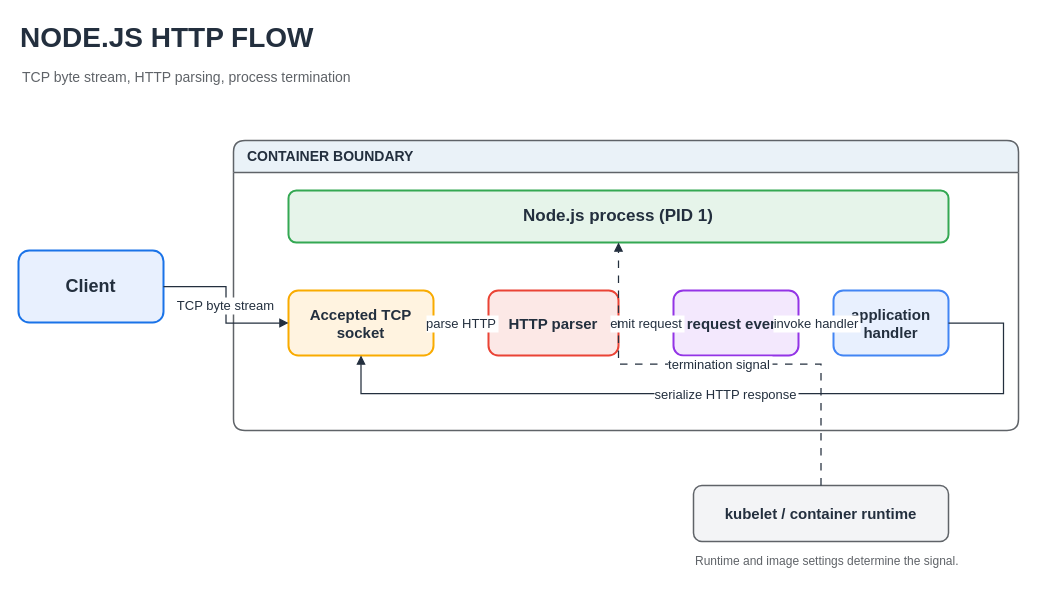
Above: assets/img/nodejs/node-http-request-lifecycle-flow.drawio in KKamJi98/kkamji98.github.io (draw.io), before the change. Source tidied: cells renumbered, new cells numbered last; positions are measured from the earlier drawing's top-left corner, leaving out a move shared by most shapes. Both pictures are drawn from the tidied source at 100%, with x=0, y=0 at pixel (18, 17).
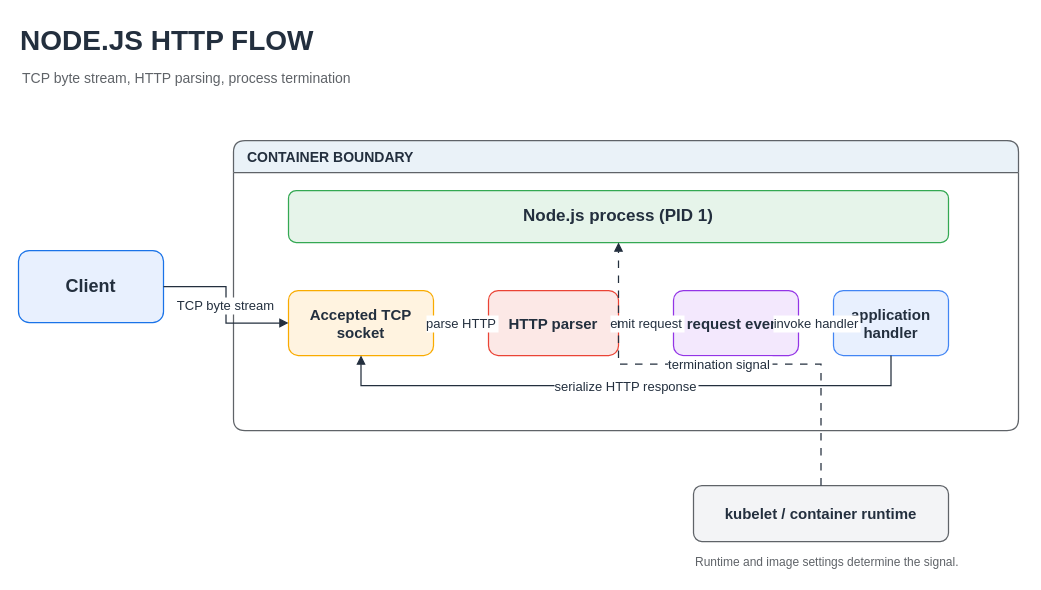
Above is the later version.

What changed in the source:
```diff
@@
-    <mxCell id="2" value="NODE.JS HTTP FLOW" style="text;html=1;strokeColor=none;fillColor=none;align=left;verticalAlign=middle;fontSize=28;fontStyle=1;fontColor=#232F3E;" parent="1" vertex="1">
+    <mxCell id="2" value="NODE.JS HTTP FLOW" style="text;html=0;strokeColor=none;fillColor=none;align=left;verticalAlign=middle;fontSize=28;fontStyle=1;fontColor=#232F3E;" parent="1" vertex="1">
       <mxGeometry width="760" height="40" as="geometry" />
     </mxCell>
-    <mxCell id="3" value="TCP byte stream, HTTP parsing, process termination" style="text;html=1;strokeColor=none;fillColor=none;align=left;verticalAlign=middle;fontSize=14;fontColor=#5F6368;" parent="1" vertex="1">
+    <mxCell id="3" value="TCP byte stream, HTTP parsing, process termination" style="text;html=0;strokeColor=none;fillColor=none;align=left;verticalAlign=middle;fontSize=14;fontColor=#5F6368;" parent="1" vertex="1">
       <mxGeometry x="2" y="46" width="760" height="28" as="geometry" />
     </mxCell>
-    <mxCell id="4" value="Client" style="rounded=1;whiteSpace=wrap;html=1;fillColor=#E8F0FE;strokeColor=#1A73E8;strokeWidth=2;fontColor=#232F3E;fontSize=18;fontStyle=1;" parent="1" vertex="1">
+    <mxCell id="4" value="Client" style="rounded=1;whiteSpace=wrap;html=0;fillColor=#E8F0FE;strokeColor=#1A73E8;strokeWidth=1.25;fontColor=#232F3E;fontSize=18;fontStyle=1;" parent="1" vertex="1">
       <mxGeometry y="233" width="145" height="72" as="geometry" />
     </mxCell>
-    <mxCell id="5" value="CONTAINER BOUNDARY" style="swimlane;horizontal=1;startSize=32;rounded=1;arcSize=12;html=1;fillColor=#EAF2F8;swimlaneFillColor=#FFFFFF;strokeColor=#5F6368;strokeWidth=1.5;fontColor=#232F3E;fontSize=14;fontStyle=1;align=left;spacingLeft=12;" parent="1" vertex="1">
+    <mxCell id="5" value="CONTAINER BOUNDARY" style="swimlane;horizontal=1;startSize=32;rounded=1;arcSize=12;html=0;fillColor=#EAF2F8;swimlaneFillColor=#FFFFFF;strokeColor=#5F6368;strokeWidth=1.25;fontColor=#232F3E;fontSize=14;fontStyle=1;align=left;spacingLeft=12;" parent="1" vertex="1">
       <mxGeometry x="215" y="123" width="785" height="290" as="geometry" />
     </mxCell>
-    <mxCell id="6" value="Node.js process (PID 1)" style="rounded=1;whiteSpace=wrap;html=1;fillColor=#E6F4EA;strokeColor=#34A853;strokeWidth=2;fontColor=#232F3E;fontSize=17;fontStyle=1;" parent="1" vertex="1">
+    <mxCell id="6" value="Node.js process (PID 1)" style="rounded=1;whiteSpace=wrap;html=0;fillColor=#E6F4EA;strokeColor=#34A853;strokeWidth=1.25;fontColor=#232F3E;fontSize=17;fontStyle=1;" parent="1" vertex="1">
       <mxGeometry x="270" y="173" width="660" height="52" as="geometry" />
     </mxCell>
-    <mxCell id="7" value="Accepted TCP socket" style="rounded=1;whiteSpace=wrap;html=1;fillColor=#FFF3E0;strokeColor=#F9AB00;strokeWidth=2;fontColor=#232F3E;fontSize=15;fontStyle=1;" parent="1" vertex="1">
+    <mxCell id="7" value="Accepted TCP socket" style="rounded=1;whiteSpace=wrap;html=0;fillColor=#FFF3E0;strokeColor=#F9AB00;strokeWidth=1.25;fontColor=#232F3E;fontSize=15;fontStyle=1;" parent="1" vertex="1">
       <mxGeometry x="270" y="273" width="145" height="65" as="geometry" />
     </mxCell>
-    <mxCell id="8" value="HTTP parser" style="rounded=1;whiteSpace=wrap;html=1;fillColor=#FCE8E6;strokeColor=#EA4335;strokeWidth=2;fontColor=#232F3E;fontSize=15;fontStyle=1;" parent="1" vertex="1">
+    <mxCell id="8" value="HTTP parser" style="rounded=1;whiteSpace=wrap;html=0;fillColor=#FCE8E6;strokeColor=#EA4335;strokeWidth=1.25;fontColor=#232F3E;fontSize=15;fontStyle=1;" parent="1" vertex="1">
       <mxGeometry x="470" y="273" width="130" height="65" as="geometry" />
     </mxCell>
-    <mxCell id="9" value="request event" style="rounded=1;whiteSpace=wrap;html=1;fillColor=#F3E8FD;strokeColor=#9334E6;strokeWidth=2;fontColor=#232F3E;fontSize=15;fontStyle=1;" parent="1" vertex="1">
+    <mxCell id="9" value="request event" style="rounded=1;whiteSpace=wrap;html=0;fillColor=#F3E8FD;strokeColor=#9334E6;strokeWidth=1.25;fontColor=#232F3E;fontSize=15;fontStyle=1;" parent="1" vertex="1">
       <mxGeometry x="655" y="273" width="125" height="65" as="geometry" />
     </mxCell>
-    <mxCell id="10" value="application handler" style="rounded=1;whiteSpace=wrap;html=1;fillColor=#E8F0FE;strokeColor=#4285F4;strokeWidth=2;fontColor=#232F3E;fontSize=15;fontStyle=1;" parent="1" vertex="1">
+    <mxCell id="10" value="application handler" style="rounded=1;whiteSpace=wrap;html=0;fillColor=#E8F0FE;strokeColor=#4285F4;strokeWidth=1.25;fontColor=#232F3E;fontSize=15;fontStyle=1;" parent="1" vertex="1">
       <mxGeometry x="815" y="273" width="115" height="65" as="geometry" />
     </mxCell>
@@
-    <mxCell id="15" value="serialize HTTP response" style="edgeStyle=orthogonalEdgeStyle;rounded=0;html=0;strokeColor=#232F3E;strokeWidth=1.25;endArrow=block;endFill=1;fontColor=#232F3E;fontSize=13;labelBackgroundColor=#FFFFFF;exitX=1;exitY=0.5;entryX=0.5;entryY=1;" parent="1" edge="1" source="10" target="7">
+    <mxCell id="15" value="serialize HTTP response" style="edgeStyle=orthogonalEdgeStyle;rounded=0;html=0;strokeColor=#232F3E;strokeWidth=1.25;endArrow=block;endFill=1;fontColor=#232F3E;fontSize=13;labelBackgroundColor=#FFFFFF;exitX=0.5;exitY=1;entryX=0.5;entryY=1;" parent="1" edge="1" source="10" target="7">
       <mxGeometry relative="1" as="geometry">
         <Array as="points">
-          <mxPoint x="985" y="305.5" />
-          <mxPoint x="985" y="376" />
-          <mxPoint x="342.5" y="376" />
+          <mxPoint x="872" y="368" />
+          <mxPoint x="342" y="368" />
         </Array>
       </mxGeometry>
     </mxCell>
-    <mxCell id="16" value="kubelet / container runtime" style="rounded=1;whiteSpace=wrap;html=1;fillColor=#F3F4F6;strokeColor=#5F6368;strokeWidth=1.5;fontColor=#232F3E;fontSize=15;fontStyle=1;" parent="1" vertex="1">
+    <mxCell id="16" value="kubelet / container runtime" style="rounded=1;whiteSpace=wrap;html=0;fillColor=#F3F4F6;strokeColor=#5F6368;strokeWidth=1.25;fontColor=#232F3E;fontSize=15;fontStyle=1;" parent="1" vertex="1">
       <mxGeometry x="675" y="468" width="255" height="56" as="geometry" />
     </mxCell>
@@
-    <mxCell id="18" value="Runtime and image settings determine the signal." style="text;html=1;strokeColor=none;fillColor=none;align=left;verticalAlign=middle;fontSize=12;fontColor=#5F6368;" parent="1" vertex="1">
+    <mxCell id="18" value="Runtime and image settings determine the signal." style="text;html=0;strokeColor=none;fillColor=none;align=left;verticalAlign=middle;fontSize=12;fontColor=#5F6368;" parent="1" vertex="1">
       <mxGeometry x="675" y="532" width="330" height="24" as="geometry" />
     </mxCell>
```
